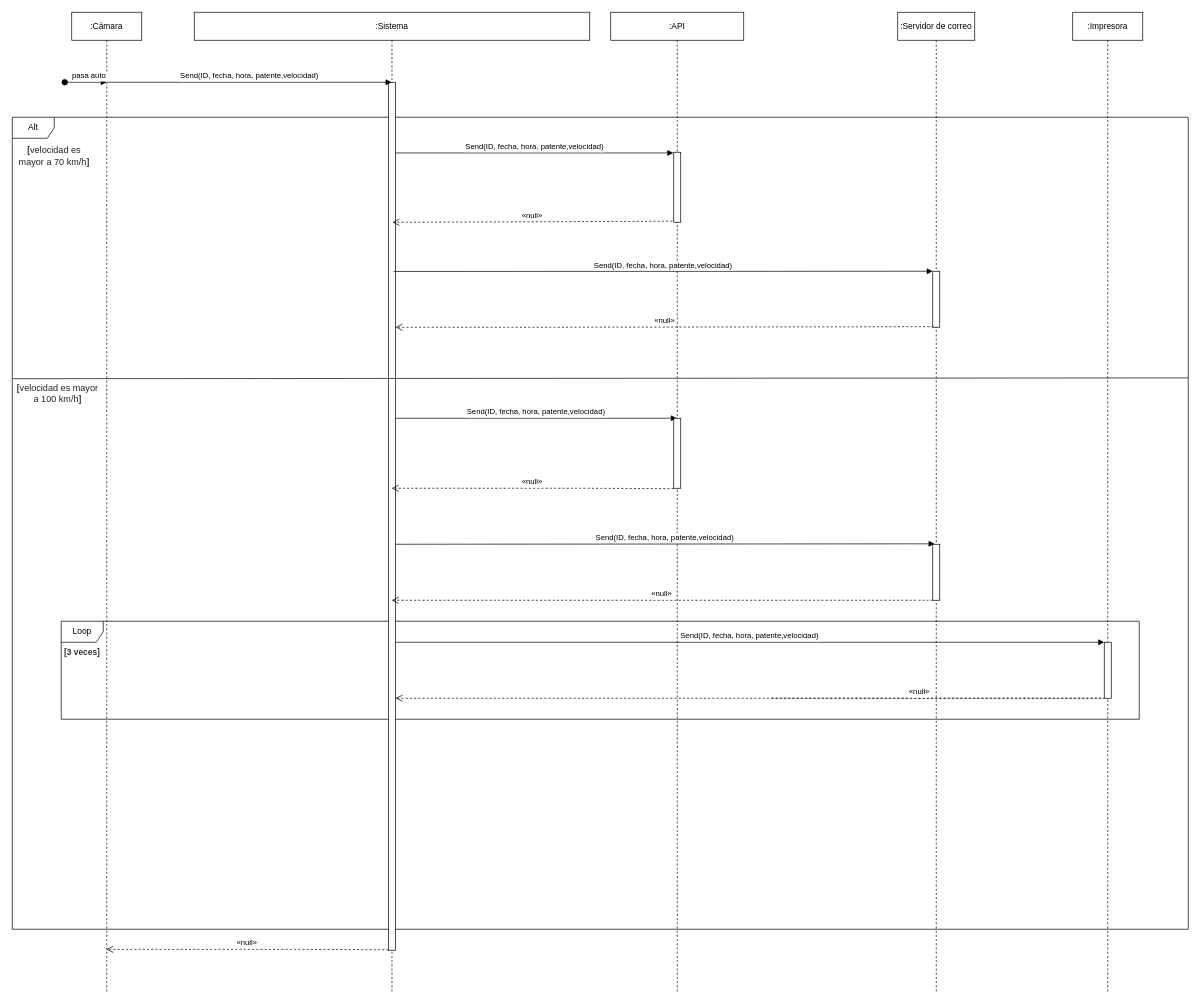
Before: diagrama/diagrama.drawio in matias900/izo-isw1-tpds, a draw.io diagram. Source tidied: cells renumbered, new cells numbered last; positions are measured from the earlier drawing's top-left corner, leaving out a move shared by most shapes. Both pictures are drawn from the tidied source at 70%, with x=0, y=0 at pixel (12, 12).
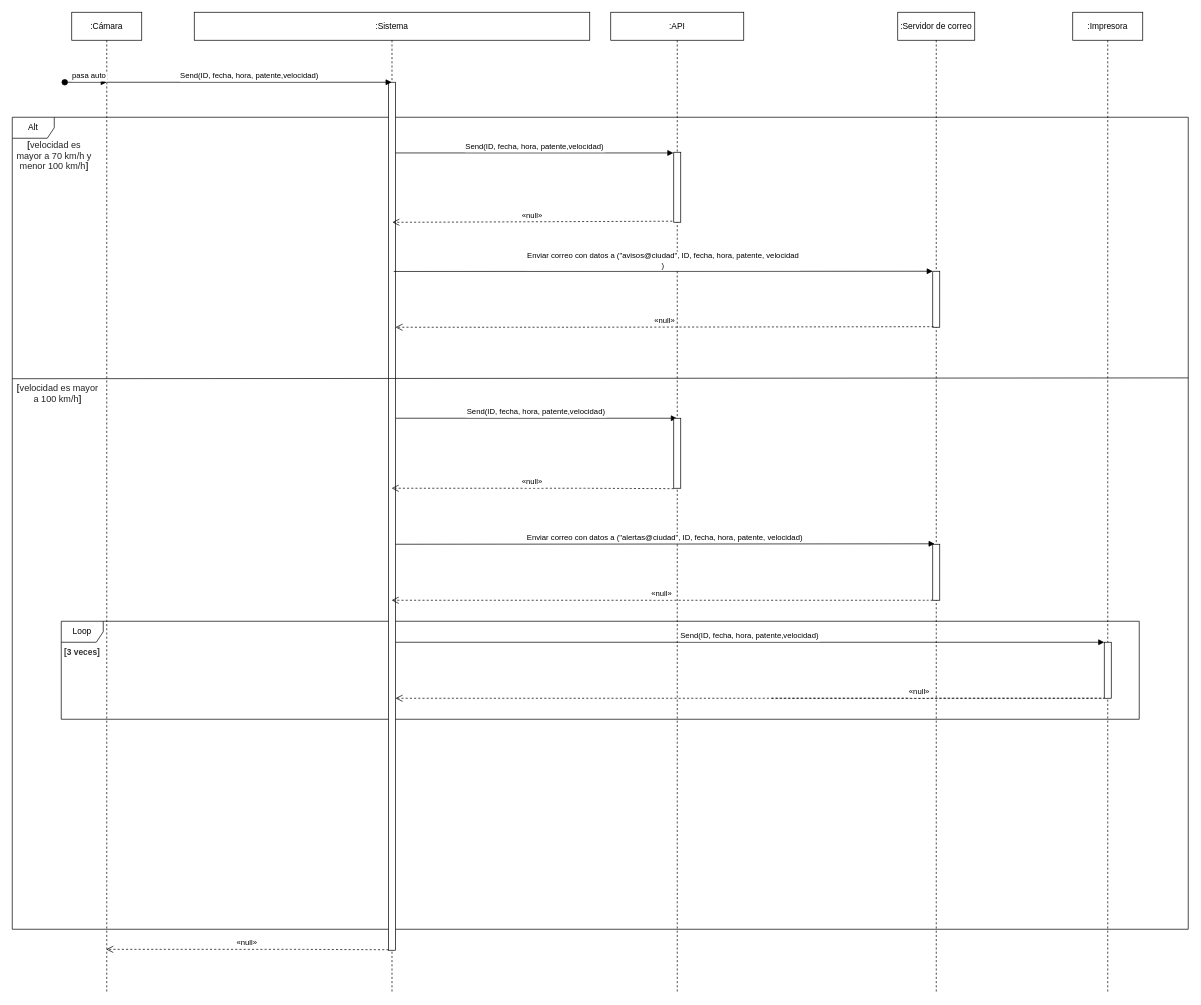
Above is the later version.

The change refers to these unchanged cells:
```xml
<mxCell id="8" style="points=[];perimeter=orthogonalPerimeter;rounded=0;shadow=0;strokeWidth=1;" parent="4" vertex="1">
  <mxGeometry x="277.5" y="100" width="10" height="1240" as="geometry" />
</mxCell>
<mxCell id="19" style="points=[];perimeter=orthogonalPerimeter;rounded=0;shadow=0;strokeWidth=1;" parent="17" vertex="1">
  <mxGeometry x="50" y="760" width="10" height="80" as="geometry" />
</mxCell>
```

What changed in the source:
```diff
@@
-    <mxCell id="21" value="Send(ID, fecha, hora, patente,velocidad)" style="verticalAlign=bottom;endArrow=block;shadow=0;strokeWidth=1;exitX=0.75;exitY=0.218;exitDx=0;exitDy=0;exitPerimeter=0;" parent="1" edge="1" source="8">
+    <mxCell id="21" value="Enviar correo con datos a (&quot;avisos@ciudad&quot;, ID, fecha, hora, patente, velocidad&#10;)" style="verticalAlign=bottom;endArrow=block;shadow=0;strokeWidth=1;exitX=0.75;exitY=0.218;exitDx=0;exitDy=0;exitPerimeter=0;" parent="1" edge="1" source="8">
       <mxGeometry relative="1" as="geometry">
         <mxPoint x="1315" y="370" as="targetPoint" />
       </mxGeometry>
     </mxCell>
@@
-    <mxCell id="25" value="Send(ID, fecha, hora, patente,velocidad)" style="verticalAlign=bottom;endArrow=block;shadow=0;strokeWidth=1;exitX=0.75;exitY=0.633;exitDx=0;exitDy=0;exitPerimeter=0;entryX=0.267;entryY=-0.008;entryDx=0;entryDy=0;entryPerimeter=0;" parent="1" edge="1" target="19">
+    <mxCell id="25" value="Enviar correo con datos a (&quot;alertas@ciudad&quot;, ID, fecha, hora, patente, velocidad)" style="verticalAlign=bottom;endArrow=block;shadow=0;strokeWidth=1;exitX=0.75;exitY=0.633;exitDx=0;exitDy=0;exitPerimeter=0;entryX=0.267;entryY=-0.008;entryDx=0;entryDy=0;entryPerimeter=0;" parent="1" edge="1" target="19">
       <mxGeometry relative="1" as="geometry">
         <mxPoint x="547.5" y="760" as="sourcePoint" />
       </mxGeometry>
     </mxCell>
@@
-    <mxCell id="28" value="&lt;span style=&quot;color: rgb(51, 51, 51); font-family: Catamaran, sans-serif; font-weight: 700; text-align: start;&quot;&gt;&lt;font style=&quot;font-size: 12px;&quot;&gt;[&lt;/font&gt;&lt;/span&gt;&lt;span style=&quot;color: rgb(34, 34, 34); font-family: Arial, Helvetica, sans-serif; font-size: small; text-align: start; background-color: rgb(255, 255, 255);&quot;&gt;velocidad es mayor a 70 km/h&lt;/span&gt;&lt;span style=&quot;color: rgb(51, 51, 51); font-family: Catamaran, sans-serif; font-weight: 700; text-align: start;&quot;&gt;&lt;font style=&quot;font-size: 12px;&quot;&gt;]&lt;/font&gt;&lt;/span&gt;" style="text;html=1;strokeColor=none;fillColor=none;align=center;verticalAlign=middle;whiteSpace=wrap;rounded=0;" parent="1" vertex="1">
+    <mxCell id="28" value="&lt;span style=&quot;color: rgb(51, 51, 51); font-family: Catamaran, sans-serif; font-weight: 700; text-align: start;&quot;&gt;&lt;font style=&quot;font-size: 12px;&quot;&gt;[&lt;/font&gt;&lt;/span&gt;&lt;span style=&quot;color: rgb(34, 34, 34); font-family: Arial, Helvetica, sans-serif; font-size: small; text-align: start; background-color: rgb(255, 255, 255);&quot;&gt;velocidad es mayor a 70 km/h y menor 100 km/h&lt;/span&gt;&lt;span style=&quot;color: rgb(51, 51, 51); font-family: Catamaran, sans-serif; font-weight: 700; text-align: start;&quot;&gt;&lt;font style=&quot;font-size: 12px;&quot;&gt;]&lt;/font&gt;&lt;/span&gt;" style="text;html=1;strokeColor=none;fillColor=none;align=center;verticalAlign=middle;whiteSpace=wrap;rounded=0;" parent="1" vertex="1">
       <mxGeometry x="5" y="190" width="110" height="30" as="geometry" />
     </mxCell>
```
